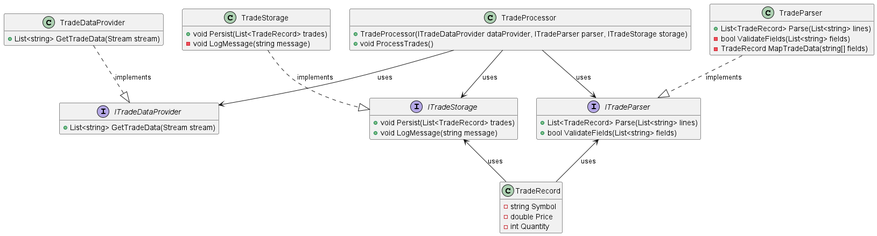
This is solid-project-1/After.png from Shane-Wilson-class/solid-project-1, a PlantUML export, as it was before one commit.
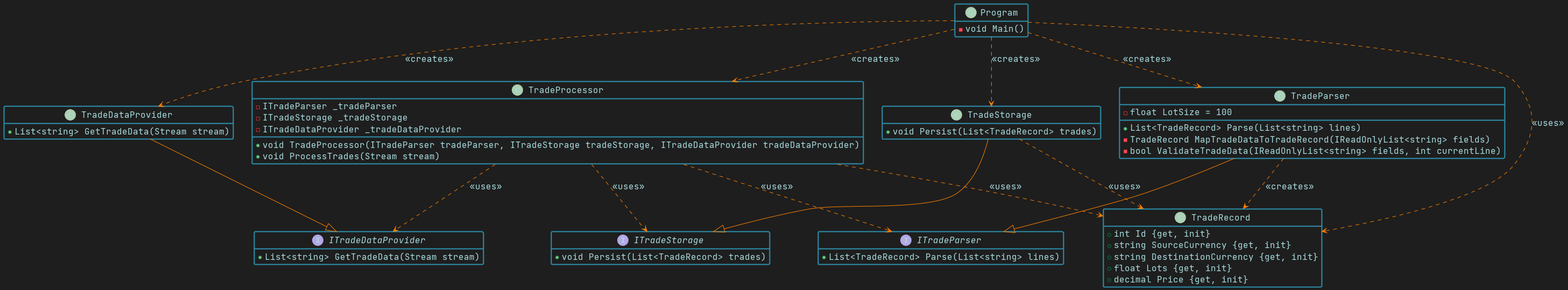
The same file after the commit.

Commit message:
Update UML theme and images in documentation

Change to the diagram source:
```diff
@@ -1,56 +1,90 @@
 @startuml
+
 hide empty members
-!define RECTANGLE class
 
-RECTANGLE TradeProcessor {
-    +TradeProcessor(ITradeDataProvider dataProvider, ITradeParser parser, ITradeStorage storage)
-    +void ProcessTrades()
+skinparam backgroundColor  #1E1E1E
+skinparam DefaultFontColor #A9DCDF
+skinparam DefaultFontSize 16
+skinparam DefaultFontName JetBrains Mono
+
+skinparam class {
+  BackgroundColor #1E1E1E
+  BorderColor #2D91AF
+  ArrowColor #FF8000
+  BorderThickness 2
+}
+
+skinparam package {
+  BackgroundColor #0
+  BorderColor #2D91AF
+}
+
+skinparam note {
+  BackgroundColor #565656
+  BorderColor #F78782
+  FontColor #A9DCDF
 }
 
 interface ITradeDataProvider {
-    +List<string> GetTradeData(Stream stream)
+    + List<string> GetTradeData(Stream stream)
 }
 
-interface ITradeParser {
-    +List<TradeRecord> Parse(List<string> lines)
-    +bool ValidateFields(List<string> fields)
+interface  ITradeParser {
+    + List<TradeRecord> Parse(List<string> lines)
 }
 
 interface ITradeStorage {
-    +void Persist(List<TradeRecord> trades)
-    +void LogMessage(string message)
+    + void Persist(List<TradeRecord> trades)
 }
 
 class TradeDataProvider {
-    +List<string> GetTradeData(Stream stream)
+    + List<string> GetTradeData(Stream stream)
 }
 
 class TradeParser {
-    +List<TradeRecord> Parse(List<string> lines)
-    -bool ValidateFields(List<string> fields)
-    -TradeRecord MapTradeData(string[] fields)
+    - float LotSize = 100
+    + List<TradeRecord> Parse(List<string> lines)
+    - TradeRecord MapTradeDataToTradeRecord(IReadOnlyList<string> fields)
+    - bool ValidateTradeData(IReadOnlyList<string> fields, int currentLine)
 }
 
 class TradeStorage {
-    +void Persist(List<TradeRecord> trades)
-    -void LogMessage(string message)
+    + void Persist(List<TradeRecord> trades)
+}
+
+class TradeProcessor {
+    - ITradeParser _tradeParser
+    - ITradeStorage _tradeStorage
+    - ITradeDataProvider _tradeDataProvider
+    + void TradeProcessor(ITradeParser tradeParser, ITradeStorage tradeStorage, ITradeDataProvider tradeDataProvider)
+    + void ProcessTrades(Stream stream)
 }
 
 class TradeRecord {
-    -string Symbol
-    -double Price
-    -int Quantity
+    + int Id {get, init}
+    + string SourceCurrency {get, init}
+    + string DestinationCurrency {get, init}
+    + float Lots {get, init}
+    + decimal Price {get, init}
 }
 
-TradeProcessor --> ITradeDataProvider : uses
-TradeProcessor --> ITradeParser : uses
-TradeProcessor --> ITradeStorage : uses
+class Program {
+    - void Main()
+}
 
-TradeDataProvider ..|> ITradeDataProvider : implements
-TradeParser ..|> ITradeParser : implements
-TradeStorage ..|> ITradeStorage : implements
-
-ITradeParser <-- TradeRecord : uses
-ITradeStorage <-- TradeRecord : uses
+TradeDataProvider --|> ITradeDataProvider
+TradeParser --|> ITradeParser
+TradeStorage --|> ITradeStorage
+TradeProcessor ..> ITradeDataProvider: <<uses>>
+TradeProcessor ..> ITradeParser: <<uses>>
+TradeProcessor ..> ITradeStorage: <<uses>>
+TradeProcessor ..> TradeRecord: <<uses>>
+TradeParser ..> TradeRecord: <<creates>>
+TradeStorage ..> TradeRecord: <<uses>>
+Program ..> TradeProcessor: <<creates>>
+Program ..> TradeDataProvider: <<creates>>
+Program ..> TradeParser: <<creates>>
+Program ..> TradeStorage: <<creates>>
+Program ..> TradeRecord: <<uses>>
 
 @enduml
```
